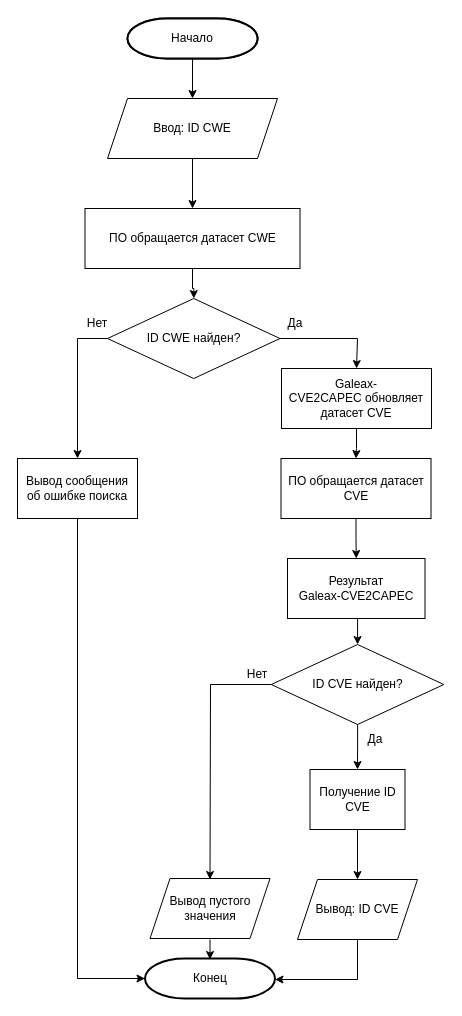
The draw.io diagram Algorithm_OPZ/(1. ВД) 4. Алгоритм Генерация CVE.drawio in SmirnovBogdan8/Diplom, before the edit. Source tidied: cells renumbered, new cells numbered last; positions are measured from the earlier drawing's top-left corner, leaving out a move shared by most shapes. Both pictures are drawn from the tidied source at 100%, with x=0, y=0 at pixel (17, 18).
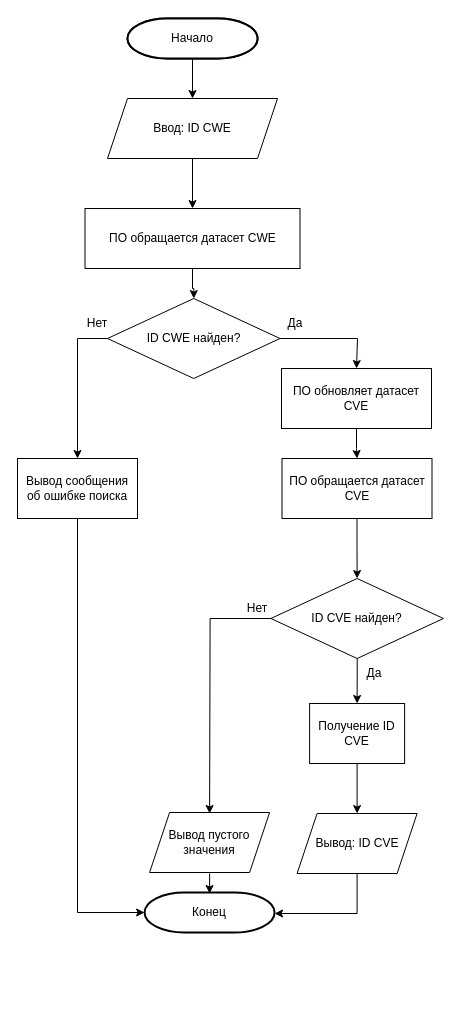
After the change.

What changed in the source:
```diff
@@
     <mxCell id="5" value="Конец" style="strokeWidth=2;html=1;shape=mxgraph.flowchart.terminator;whiteSpace=wrap;" parent="1" vertex="1">
-      <mxGeometry x="127.5" y="940" width="130" height="40" as="geometry" />
+      <mxGeometry x="127.1" y="874" width="130" height="40" as="geometry" />
     </mxCell>
@@
     <mxCell id="8" style="edgeStyle=orthogonalEdgeStyle;rounded=0;orthogonalLoop=1;jettySize=auto;html=1;" parent="1" edge="1">
       <mxGeometry relative="1" as="geometry">
-        <mxPoint x="192.5" y="921" as="sourcePoint" />
-        <mxPoint x="192.5" y="941" as="targetPoint" />
+        <mxPoint x="192.1" y="855" as="sourcePoint" />
+        <mxPoint x="192.1" y="875" as="targetPoint" />
       </mxGeometry>
     </mxCell>
     <mxCell id="9" value="Вывод пустого значения" style="shape=parallelogram;perimeter=parallelogramPerimeter;whiteSpace=wrap;html=1;fixedSize=1;" parent="1" vertex="1">
-      <mxGeometry x="132.5" y="860" width="120" height="60" as="geometry" />
+      <mxGeometry x="132.1" y="794" width="120" height="60" as="geometry" />
     </mxCell>
@@
     <mxCell id="16" value="Получение ID CVE" style="rounded=0;whiteSpace=wrap;html=1;" parent="1" vertex="1">
-      <mxGeometry x="292.5" y="751" width="95" height="60" as="geometry" />
+      <mxGeometry x="292.1" y="685" width="95" height="60" as="geometry" />
     </mxCell>
@@
-    <mxCell id="21" style="edgeStyle=orthogonalEdgeStyle;rounded=0;jettySize=auto;html=1;exitX=0.5;exitY=1;exitDx=0;exitDy=0;entryX=0.5;entryY=0;entryDx=0;entryDy=0;" parent="1" edge="1" source="22" target="25">
-      <mxGeometry relative="1" as="geometry" />
-    </mxCell>
-    <mxCell id="22" value="&lt;div&gt;Результат&lt;/div&gt;Galeax-CVE2CAPEC" style="rounded=0;whiteSpace=wrap;html=1;" parent="1" vertex="1">
-      <mxGeometry x="270" y="540" width="137.5" height="60" as="geometry" />
-    </mxCell>
@@
     <mxCell id="24" style="edgeStyle=orthogonalEdgeStyle;rounded=0;jettySize=auto;html=1;exitX=0;exitY=0.5;exitDx=0;exitDy=0;entryX=0.5;entryY=0;entryDx=0;entryDy=0;" parent="1" edge="1" source="25">
       <mxGeometry relative="1" as="geometry">
-        <mxPoint x="192.5" y="861" as="targetPoint" />
+        <mxPoint x="192.1" y="795" as="targetPoint" />
       </mxGeometry>
     </mxCell>
     <mxCell id="25" value="ID CVE найден?" style="rhombus;whiteSpace=wrap;html=1;" parent="1" vertex="1">
-      <mxGeometry x="253.8" y="626" width="172.5" height="80" as="geometry" />
+      <mxGeometry x="253.4" y="560" width="172.5" height="80" as="geometry" />
     </mxCell>
     <mxCell id="26" value="Вывод: ID CVE" style="shape=parallelogram;perimeter=parallelogramPerimeter;whiteSpace=wrap;html=1;fixedSize=1;" parent="1" vertex="1">
-      <mxGeometry x="280" y="861" width="120" height="60" as="geometry" />
+      <mxGeometry x="279.6" y="795" width="120" height="60" as="geometry" />
     </mxCell>
     <mxCell id="27" style="edgeStyle=orthogonalEdgeStyle;rounded=0;jettySize=auto;html=1;entryX=1;entryY=0.5;entryDx=0;entryDy=0;entryPerimeter=0;" parent="1" edge="1" source="26">
       <mxGeometry relative="1" as="geometry">
-        <mxPoint x="257.5" y="961" as="targetPoint" />
+        <mxPoint x="257.1" y="895" as="targetPoint" />
         <Array as="points">
-          <mxPoint x="340" y="961" />
+          <mxPoint x="339.6" y="895" />
         </Array>
       </mxGeometry>
     </mxCell>
     <mxCell id="28" value="Да" style="text;html=1;align=center;verticalAlign=middle;whiteSpace=wrap;rounded=0;" parent="1" vertex="1">
-      <mxGeometry x="327.5" y="706" width="60" height="30" as="geometry" />
+      <mxGeometry x="327.1" y="640" width="60" height="30" as="geometry" />
     </mxCell>
     <mxCell id="29" value="Нет" style="text;html=1;align=center;verticalAlign=middle;whiteSpace=wrap;rounded=0;" parent="1" vertex="1">
-      <mxGeometry x="210" y="641" width="60" height="30" as="geometry" />
+      <mxGeometry x="209.6" y="575" width="60" height="30" as="geometry" />
     </mxCell>
@@
-    <mxCell id="31" value="&lt;div&gt;&lt;span style=&quot;background-color: initial;&quot;&gt;Galeax-CVE2CAPEC&lt;/span&gt;&lt;span style=&quot;background-color: initial;&quot;&gt;&amp;nbsp;обновляет датасет CVE&lt;/span&gt;&lt;br&gt;&lt;/div&gt;" style="rounded=0;whiteSpace=wrap;html=1;" parent="1" vertex="1">
+    <mxCell id="31" value="&lt;div&gt;&lt;span style=&quot;background-color: initial;&quot;&gt;ПО обновляет датасет CVE&lt;/span&gt;&lt;br&gt;&lt;/div&gt;" style="rounded=0;whiteSpace=wrap;html=1;" parent="1" vertex="1">
       <mxGeometry x="264" y="350" width="150" height="60" as="geometry" />
     </mxCell>
-    <mxCell id="32" style="edgeStyle=orthogonalEdgeStyle;rounded=0;jettySize=auto;html=1;" parent="1" edge="1" source="33" target="22">
-      <mxGeometry relative="1" as="geometry" />
-    </mxCell>
+    <mxCell id="34" style="edgeStyle=orthogonalEdgeStyle;rounded=0;jettySize=auto;html=1;exitX=0.5;exitY=1;exitDx=0;exitDy=0;entryX=0.5;entryY=0;entryDx=0;entryDy=0;" parent="1" edge="1" source="33" target="25">
+      <mxGeometry relative="1" as="geometry" />
+    </mxCell>
     <mxCell id="33" value="&lt;div&gt;ПО обращается датасет CVE&lt;br&gt;&lt;/div&gt;" style="rounded=0;whiteSpace=wrap;html=1;" parent="1" vertex="1">
-      <mxGeometry x="263.5" y="440" width="150" height="60" as="geometry" />
+      <mxGeometry x="264.5" y="440" width="150" height="60" as="geometry" />
     </mxCell>
```
